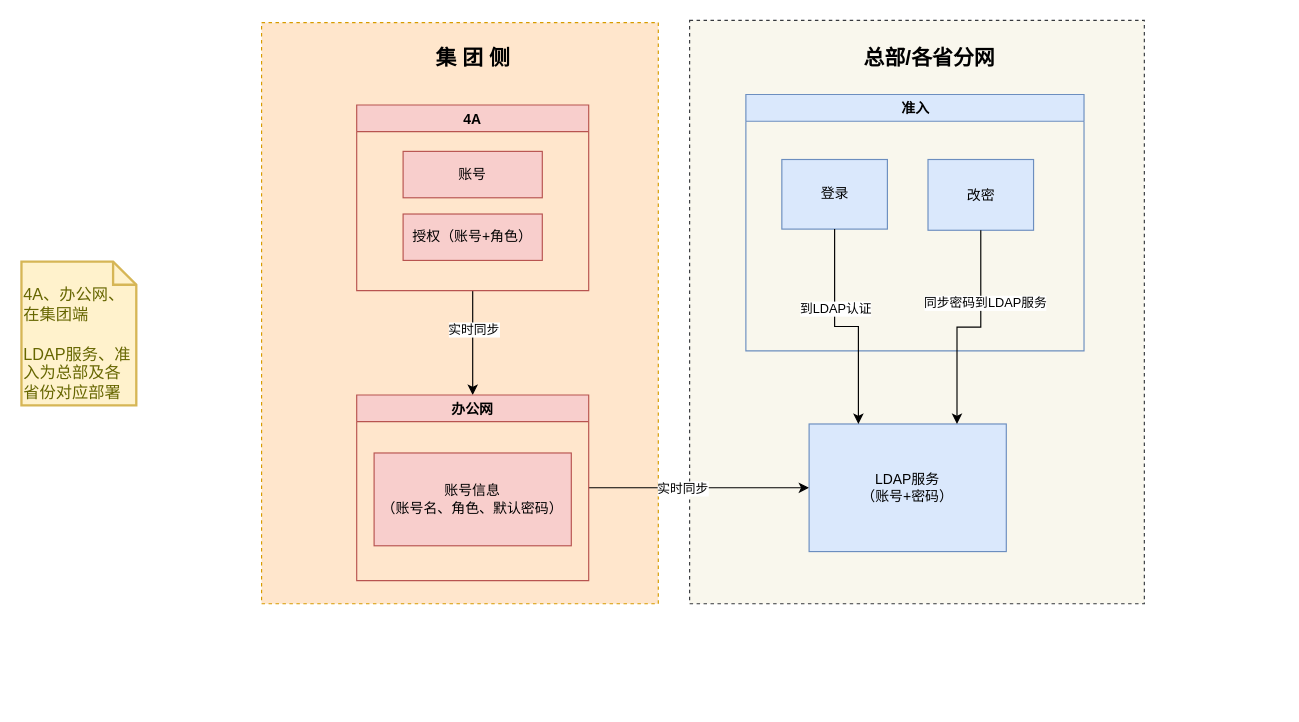
The draw.io diagram page "方案二" (3 of 3) of 系统功能流程图/办公网.drawio in 158698706/tt4a, before the edit. Source tidied: cells renumbered, new cells numbered last; positions are measured from the earlier drawing's top-left corner, leaving out a move shared by most shapes. Both pictures are drawn from the tidied source at 116%, with x=0, y=0 at pixel (21, 20).
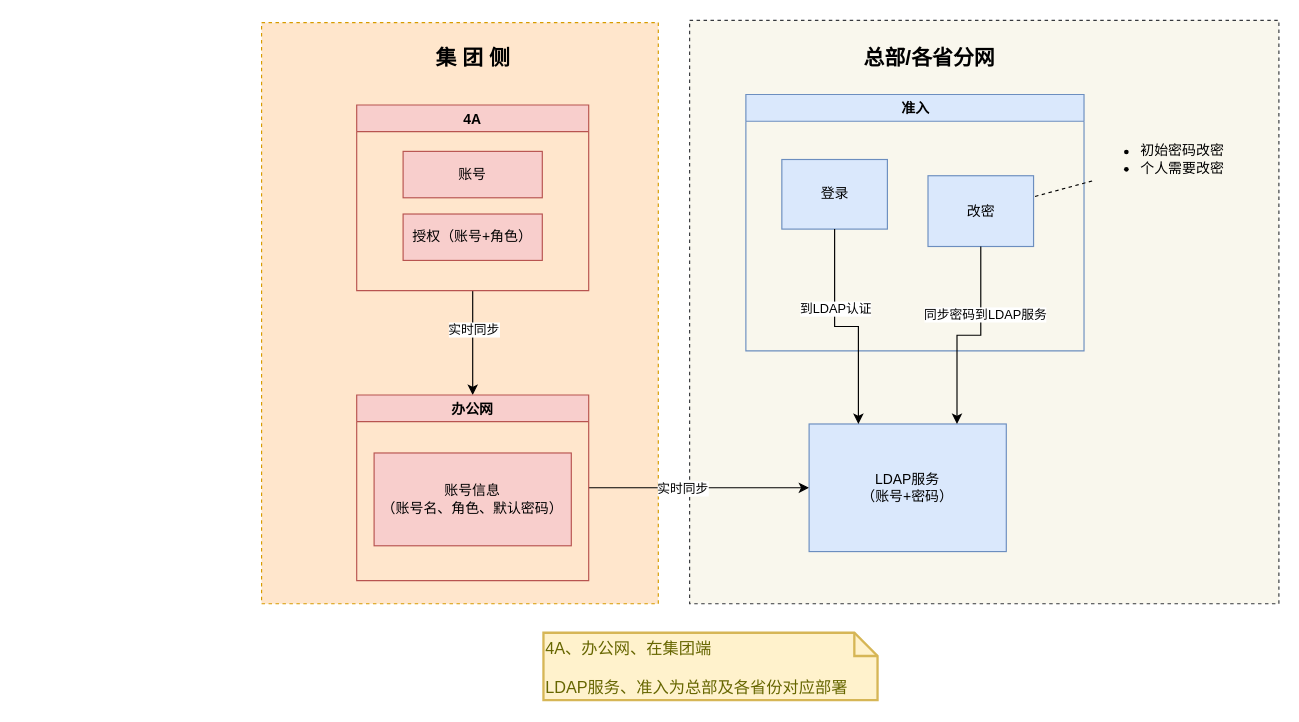
The same diagram, later.

Commit message:
更新办公网.drawio

The change refers to these unchanged cells:
```xml
<mxCell id="14" value="准入" style="swimlane;whiteSpace=wrap;html=1;fillColor=#dae8fc;strokeColor=#6c8ebf;" parent="1" vertex="1">
  <mxGeometry x="624.5" y="64" width="291.5" height="221" as="geometry" />
</mxCell>
```

What changed in the source:
```diff
@@
     <mxCell id="2" style="rounded=0;whiteSpace=wrap;html=1;dashed=1;fillColor=#f9f7ed;strokeColor=#36393d;" parent="1" vertex="1">
-      <mxGeometry x="576" width="392" height="503" as="geometry" />
+      <mxGeometry x="576" width="508" height="503" as="geometry" />
     </mxCell>
@@
     <mxCell id="16" value="改密" style="rounded=0;whiteSpace=wrap;html=1;fillColor=#dae8fc;strokeColor=#6c8ebf;" parent="14" vertex="1">
-      <mxGeometry x="157" y="56" width="91" height="61" as="geometry" />
+      <mxGeometry x="157" y="70" width="91" height="61" as="geometry" />
     </mxCell>
@@
     <mxCell id="21" value="4A、办公网、在集团端&lt;br&gt;&lt;br&gt;LDAP服务、准入为总部及各省份对应部署" style="shape=note;strokeWidth=2;fontSize=14;size=20;whiteSpace=wrap;html=1;fillColor=#fff2cc;strokeColor=#d6b656;fontColor=#666600;align=left;verticalAlign=bottom;" parent="1" vertex="1">
-      <mxGeometry y="208" width="99" height="124" as="geometry" />
+      <mxGeometry x="450" y="528" width="288" height="58" as="geometry" />
     </mxCell>
@@
+    <mxCell id="24" style="rounded=0;jettySize=auto;html=1;endArrow=none;endFill=0;dashed=1;" parent="1" edge="1" source="25" target="16">
+      <mxGeometry relative="1" as="geometry" />
+    </mxCell>
+    <mxCell id="25" value="&lt;ul&gt;&lt;li&gt;初始密码改密&lt;/li&gt;&lt;li&gt;个人需要改密&lt;/li&gt;&lt;/ul&gt;" style="text;strokeColor=none;fillColor=none;html=1;whiteSpace=wrap;verticalAlign=middle;overflow=hidden;" parent="1" vertex="1">
+      <mxGeometry x="923" y="80" width="137" height="80" as="geometry" />
+    </mxCell>
```
